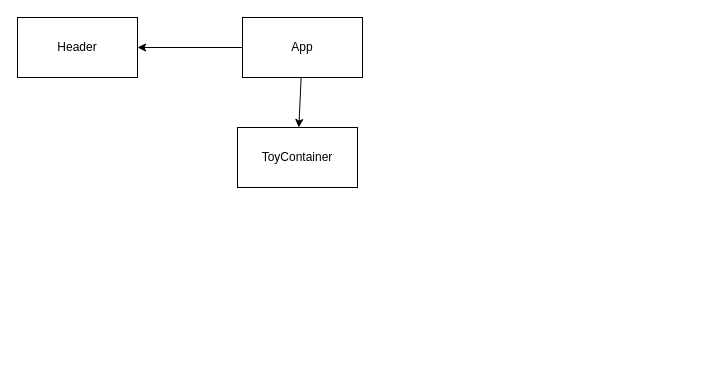
The draw.io diagram react-tree.drawio in rachelAtFlatiron/react-hooks-practice-toy-tales, before the edit. Source tidied: cells renumbered, new cells numbered last; positions are measured from the earlier drawing's top-left corner, leaving out a move shared by most shapes. Both pictures are drawn from the tidied source at 100%, with x=0, y=0 at pixel (17, 17).
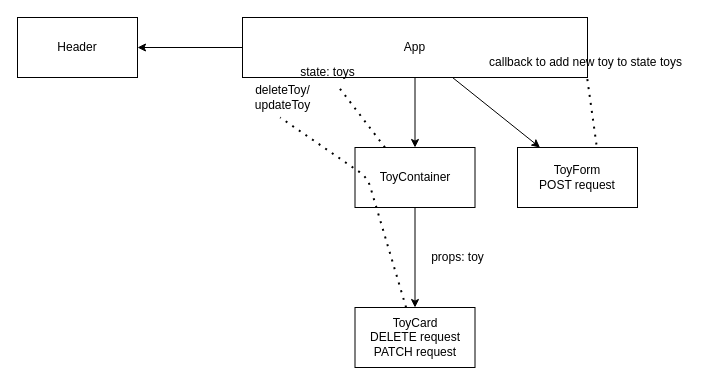
After the change.

Diff of the diagram source:
```diff
@@
 <mxGraphModel>
   <root>
     <mxCell id="0" />
     <mxCell id="1" parent="0" />
     <mxCell id="2" style="edgeStyle=none;html=1;" parent="1" edge="1" source="4" target="5">
       <mxGeometry relative="1" as="geometry" />
     </mxCell>
     <mxCell id="3" style="edgeStyle=none;html=1;" parent="1" edge="1" source="4" target="6">
       <mxGeometry relative="1" as="geometry" />
     </mxCell>
+    <mxCell id="7" style="edgeStyle=none;html=1;" parent="1" edge="1" source="4" target="9">
+      <mxGeometry relative="1" as="geometry" />
+    </mxCell>
-    <mxCell id="4" value="App" style="whiteSpace=wrap;html=1;" parent="1" vertex="1">
-      <mxGeometry x="225" width="120" height="60" as="geometry" />
+    <mxCell id="4" value="App&lt;br&gt;" style="whiteSpace=wrap;html=1;" parent="1" vertex="1">
+      <mxGeometry x="225" width="345" height="60" as="geometry" />
     </mxCell>
     <mxCell id="5" value="Header" style="whiteSpace=wrap;html=1;" parent="1" vertex="1">
       <mxGeometry width="120" height="60" as="geometry" />
     </mxCell>
+    <mxCell id="8" style="edgeStyle=none;html=1;" parent="1" edge="1" source="6" target="14">
+      <mxGeometry relative="1" as="geometry" />
+    </mxCell>
     <mxCell id="6" value="ToyContainer" style="whiteSpace=wrap;html=1;" parent="1" vertex="1">
-      <mxGeometry x="220" y="110" width="120" height="60" as="geometry" />
+      <mxGeometry x="337.5" y="130" width="120" height="60" as="geometry" />
     </mxCell>
+    <mxCell id="9" value="ToyForm&lt;br&gt;POST request" style="whiteSpace=wrap;html=1;" parent="1" vertex="1">
+      <mxGeometry x="500" y="130" width="120" height="60" as="geometry" />
+    </mxCell>
+    <mxCell id="10" style="endArrow=none;dashed=1;html=1;dashPattern=1 3;strokeWidth=2;exitX=0.658;exitY=-0.05;exitDx=0;exitDy=0;exitPerimeter=0;" parent="1" edge="1" source="9" target="11">
+      <mxGeometry relative="1" as="geometry" />
+    </mxCell>
+    <mxCell id="11" value="&lt;span style=&quot;&quot;&gt;callback to add new toy to state toys&lt;/span&gt;" style="text;html=1;align=center;verticalAlign=middle;points=[];strokeColor=none;fillColor=none;" parent="1" vertex="1">
+      <mxGeometry x="457.5" y="30" width="220" height="30" as="geometry" />
+    </mxCell>
+    <mxCell id="12" value="state: toys" style="text;html=1;align=center;verticalAlign=middle;points=[];strokeColor=none;fillColor=none;" parent="1" vertex="1">
+      <mxGeometry x="270" y="40" width="80" height="30" as="geometry" />
+    </mxCell>
+    <mxCell id="13" style="endArrow=none;dashed=1;html=1;dashPattern=1 3;strokeWidth=2;exitX=0.25;exitY=0;exitDx=0;exitDy=0;" parent="1" edge="1" source="6" target="12">
+      <mxGeometry relative="1" as="geometry" />
+    </mxCell>
+    <mxCell id="14" value="ToyCard&lt;br&gt;DELETE request&lt;br&gt;PATCH request" style="whiteSpace=wrap;html=1;" parent="1" vertex="1">
+      <mxGeometry x="337.5" y="290" width="120" height="60" as="geometry" />
+    </mxCell>
+    <mxCell id="15" value="props: toy" style="text;html=1;align=center;verticalAlign=middle;strokeColor=none;fillColor=none;" parent="1" vertex="1">
+      <mxGeometry x="400" y="225" width="80" height="30" as="geometry" />
+    </mxCell>
+    <mxCell id="16" value="deleteToy/&lt;br&gt;updateToy" style="text;html=1;align=center;verticalAlign=middle;points=[];strokeColor=none;fillColor=none;" parent="1" vertex="1">
+      <mxGeometry x="225" y="60" width="80" height="40" as="geometry" />
+    </mxCell>
+    <mxCell id="17" style="endArrow=none;dashed=1;html=1;dashPattern=1 3;strokeWidth=2;entryX=0.471;entryY=1;entryDx=0;entryDy=0;entryPerimeter=0;" parent="1" edge="1" source="14" target="16">
+      <mxGeometry relative="1" as="geometry">
+        <Array as="points">
+          <mxPoint x="350" y="160" />
+        </Array>
+      </mxGeometry>
+    </mxCell>
   </root>
 </mxGraphModel>
```
